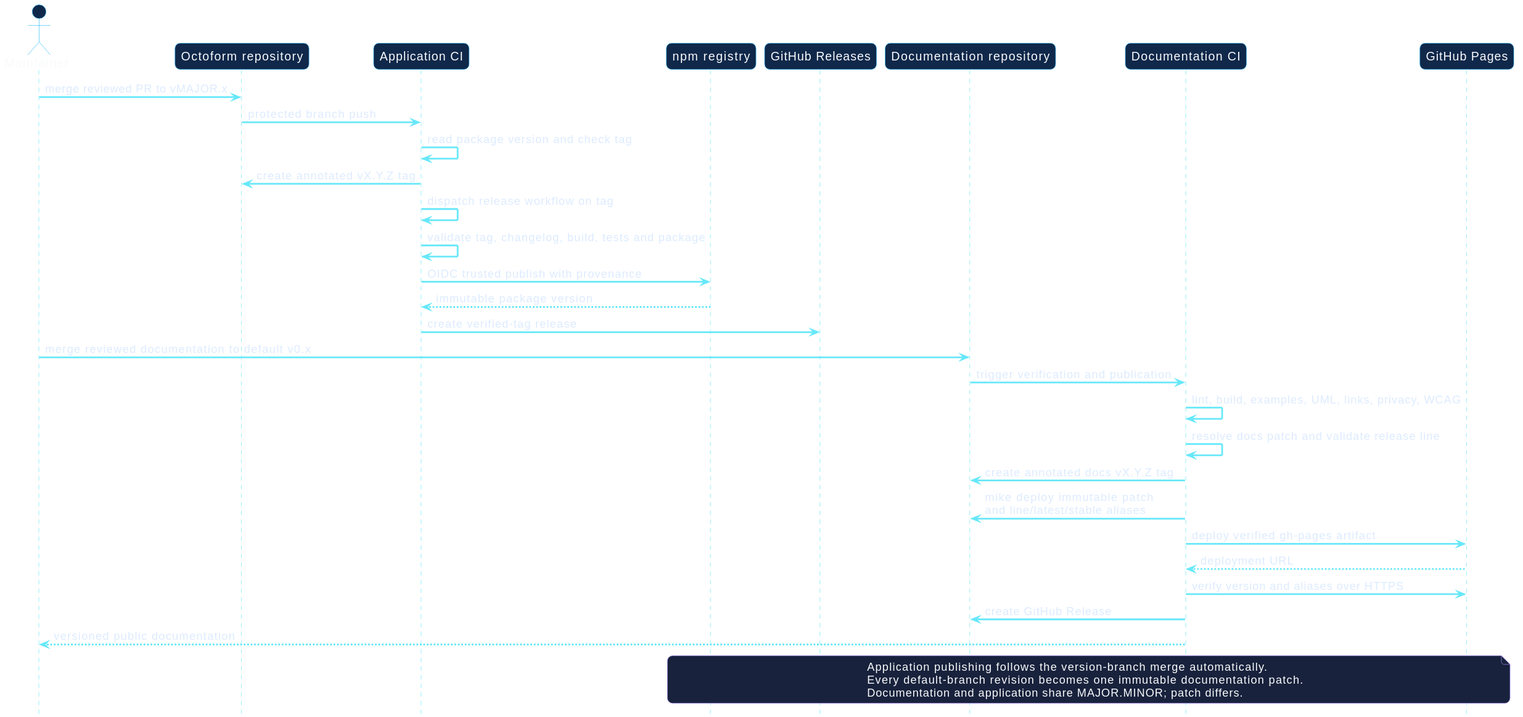
The PlantUML diagram docs/assets/diagrams/release-pipelines.svg in hector-ae21/octoform-docs, before a commit.
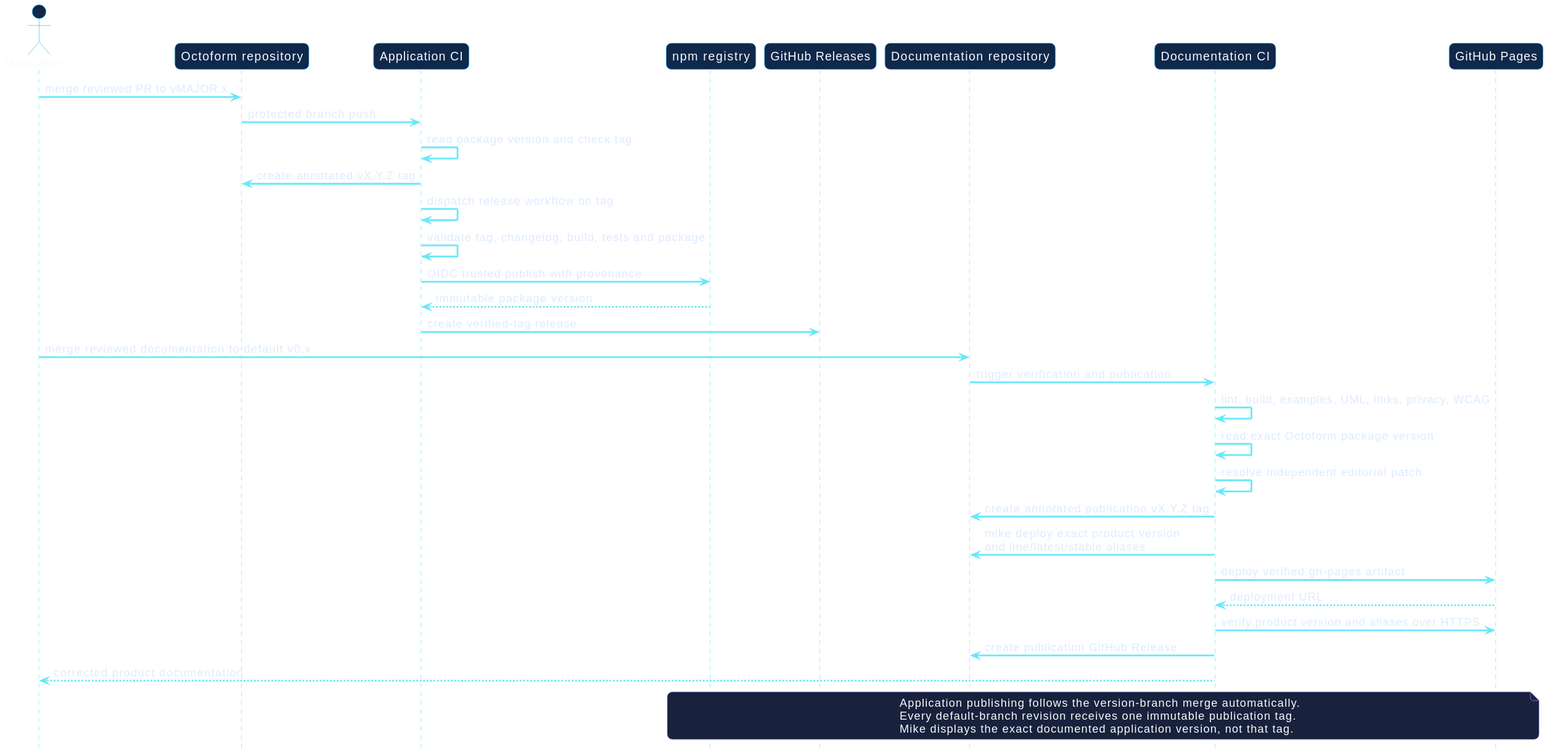
Later version of the same file.

Change to the diagram source:
```diff
@@ -24,18 +24,19 @@
 Maintainer -> DocsRepo : merge reviewed documentation to default v0.x
 DocsRepo -> DocsCI : trigger verification and publication
 DocsCI -> DocsCI : lint, build, examples, UML, links, privacy, WCAG
-DocsCI -> DocsCI : resolve docs patch and validate release line
-DocsCI -> DocsRepo : create annotated docs vX.Y.Z tag
-DocsCI -> DocsRepo : mike deploy immutable patch\nand line/latest/stable aliases
+DocsCI -> DocsCI : read exact Octoform package version
+DocsCI -> DocsCI : resolve independent editorial patch
+DocsCI -> DocsRepo : create annotated publication vX.Y.Z tag
+DocsCI -> DocsRepo : mike deploy exact product version\nand line/latest/stable aliases
 DocsCI -> Pages : deploy verified gh-pages artifact
 Pages --> DocsCI : deployment URL
-DocsCI -> Pages : verify version and aliases over HTTPS
-DocsCI -> DocsRepo : create GitHub Release
-DocsCI --> Maintainer : versioned public documentation
+DocsCI -> Pages : verify product version and aliases over HTTPS
+DocsCI -> DocsRepo : create publication GitHub Release
+DocsCI --> Maintainer : corrected product documentation
 
 note over NPM, Pages
   Application publishing follows the version-branch merge automatically.
-  Every default-branch revision becomes one immutable documentation patch.
-  Documentation and application share MAJOR.MINOR; patch differs.
+  Every default-branch revision receives one immutable publication tag.
+  Mike displays the exact documented application version, not that tag.
 end note
 @enduml
```
